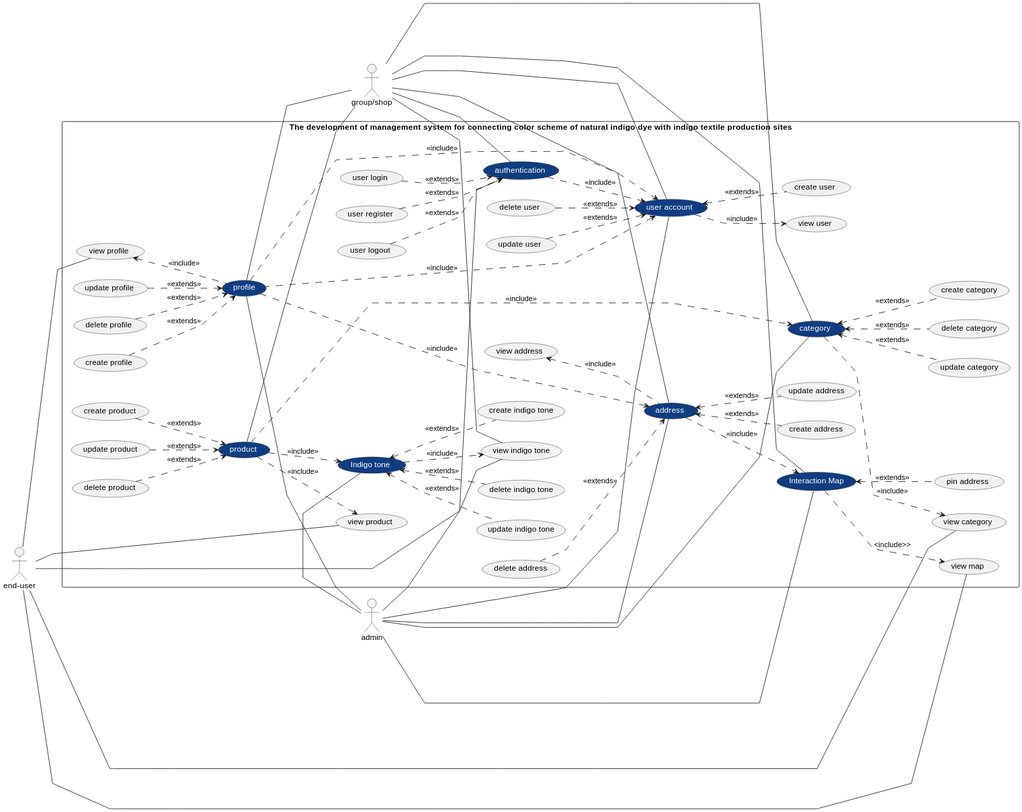
billowdev/quick-access-sa keeps this PlantUML diagram as usecase-diagram.svg. Above is the earlier version.
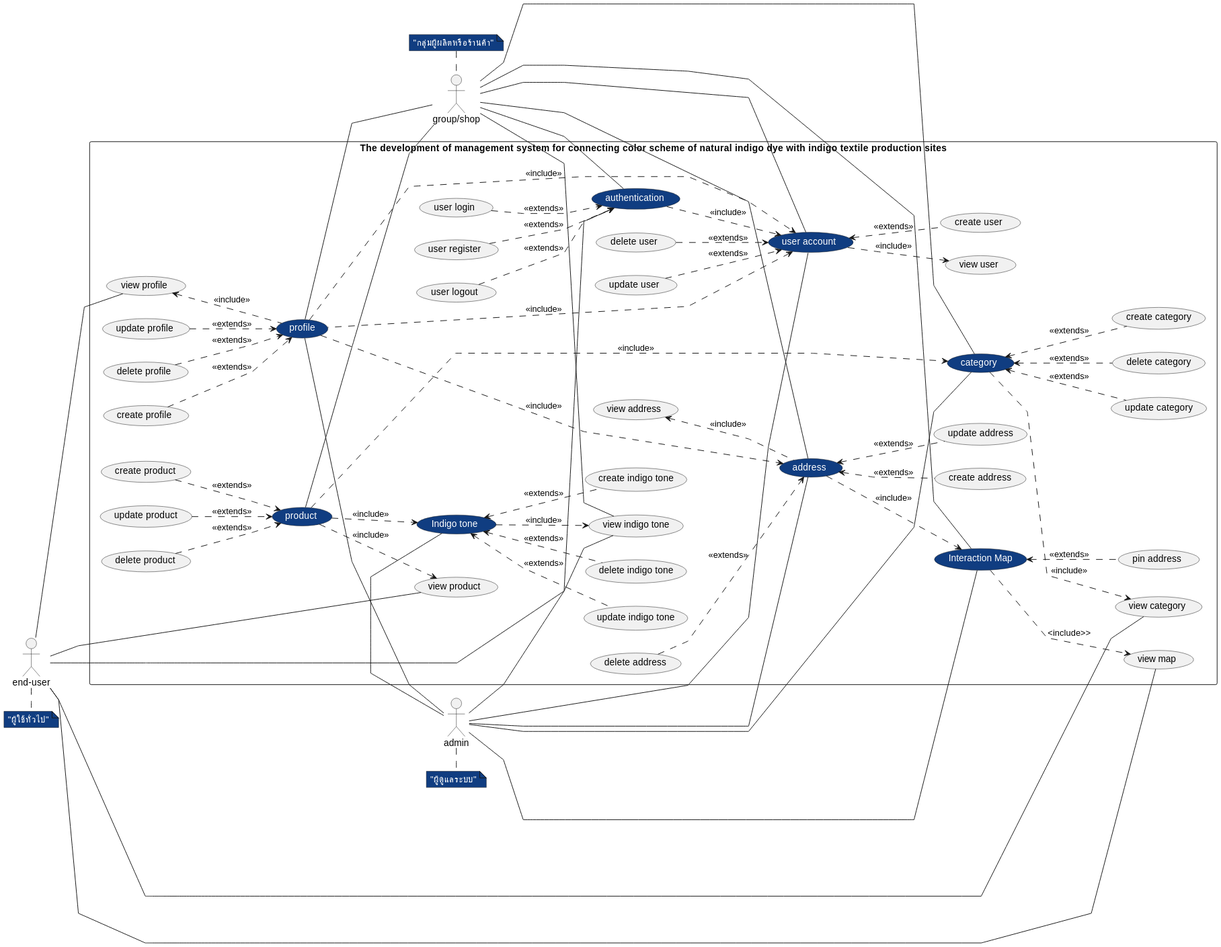
Later version of the same file.

What changed in the source:
```diff
@@ -2,14 +2,23 @@
 left to right direction
 
 skinparam linetype polyline
+
 skinparam linewidth 2
 skinparam scale 2
 skinparam namespace separator ::
+skinparam note {
+    BackgroundColor #103d81
+    FontColor White
+}
 
 actor "group/shop" as actorUser
+note top of actorUser : "กลุ่มผู้ผลิตหรือร้านค้า"
+
 actor admin as actorAdmin
+note bottom of actorAdmin : "ผู้ดูแลระบบ"
+
 actor "end-user" as actorEndUser
-
+note bottom of actorEndUser : "ผู้ใช้ทั่วไป"
 
 
 rectangle "The development of management system for connecting color scheme of natural indigo dye with indigo textile production sites" {
```
